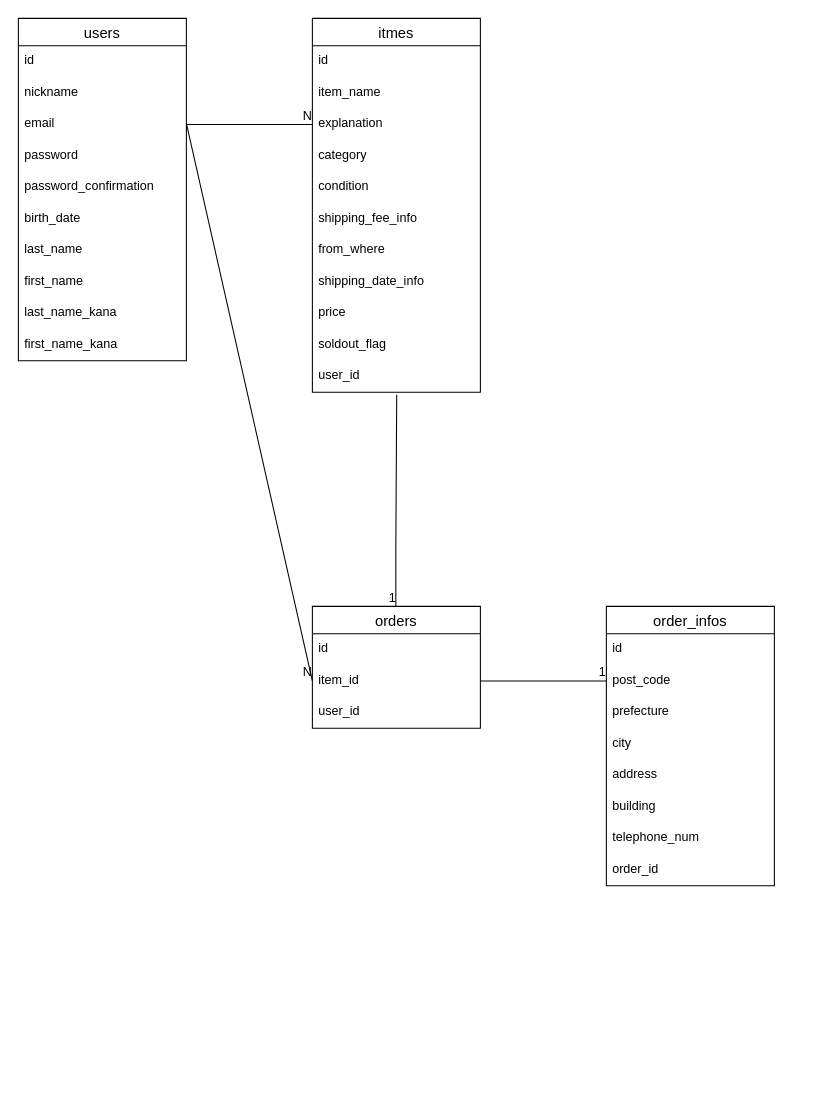
Before: furima.dio in dettyo/furima-40489, a draw.io diagram. Source tidied: cells renumbered, new cells numbered last; positions are measured from the earlier drawing's top-left corner, leaving out a move shared by most shapes. Both pictures are drawn from the tidied source at 105%, with x=0, y=0 at pixel (18, 18).
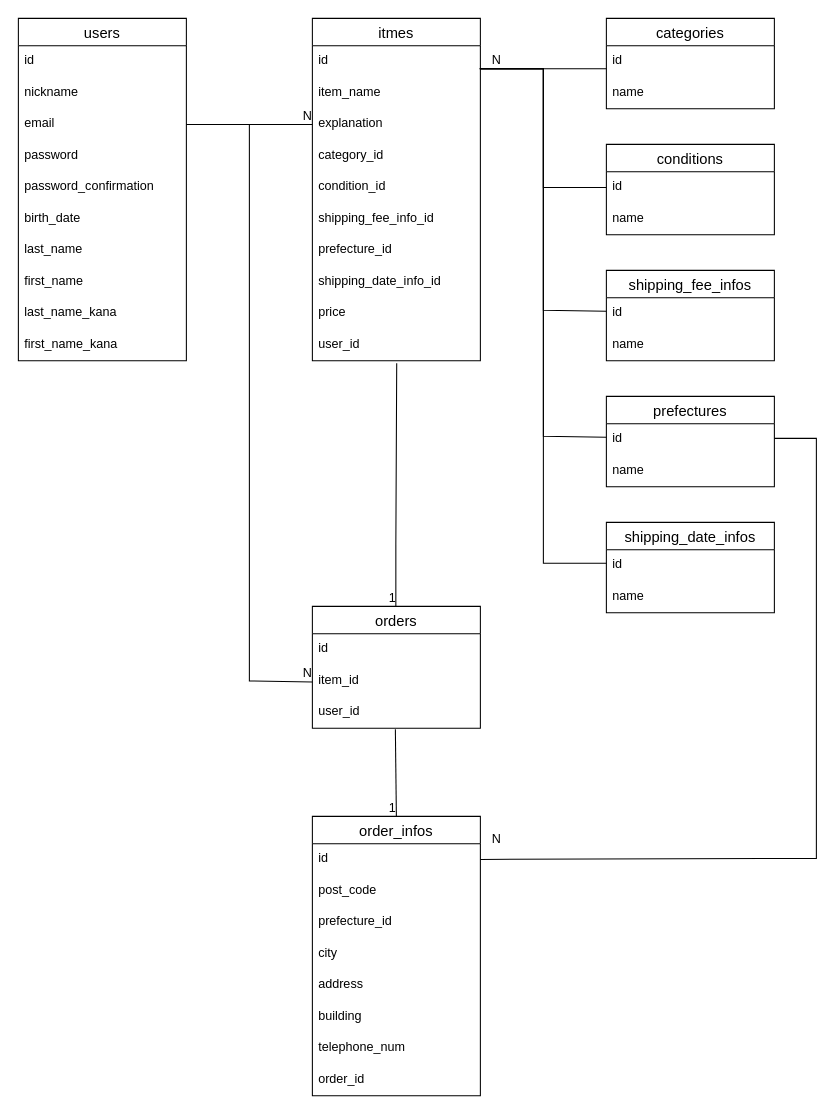
The same page after the edit.

Commit message (it also covers changes not shown here):
レビュー後修正

Unchanged cells that the change refers to:
```xml
<mxCell id="14" value="id" style="text;strokeColor=none;fillColor=none;spacingLeft=4;spacingRight=4;overflow=hidden;points=[[0,0.5],[1,0.5]];portConstraint=eastwest;fontSize=12;" parent="13" vertex="1">
  <mxGeometry y="26" width="160" height="30" as="geometry" />
</mxCell>
<mxCell id="28" value="user_id" style="text;strokeColor=none;fillColor=none;spacingLeft=4;spacingRight=4;overflow=hidden;points=[[0,0.5],[1,0.5]];portConstraint=eastwest;fontSize=12;" parent="25" vertex="1">
  <mxGeometry y="86" width="160" height="30" as="geometry" />
</mxCell>
<mxCell id="30" value="id" style="text;strokeColor=none;fillColor=none;spacingLeft=4;spacingRight=4;overflow=hidden;points=[[0,0.5],[1,0.5]];portConstraint=eastwest;fontSize=12;" parent="29" vertex="1">
  <mxGeometry y="26" width="160" height="30" as="geometry" />
</mxCell>
<mxCell id="31" value="post_code" style="text;strokeColor=none;fillColor=none;spacingLeft=4;spacingRight=4;overflow=hidden;points=[[0,0.5],[1,0.5]];portConstraint=eastwest;fontSize=12;" parent="29" vertex="1">
  <mxGeometry y="56" width="160" height="30" as="geometry" />
</mxCell>
```

Diff of the diagram source:
```diff
@@
     <mxCell id="13" value="itmes" style="swimlane;fontStyle=0;horizontal=1;startSize=26;align=center;fontSize=14;" parent="1" vertex="1">
-      <mxGeometry x="280" width="160" height="356" as="geometry" />
+      <mxGeometry x="280" width="160" height="326" as="geometry" />
     </mxCell>
@@
-    <mxCell id="17" value="category" style="text;strokeColor=none;fillColor=none;spacingLeft=4;spacingRight=4;overflow=hidden;fontSize=12;" parent="13" vertex="1">
+    <mxCell id="17" value="category_id" style="text;strokeColor=none;fillColor=none;spacingLeft=4;spacingRight=4;overflow=hidden;fontSize=12;" parent="13" vertex="1">
       <mxGeometry y="116" width="160" height="30" as="geometry" />
     </mxCell>
-    <mxCell id="18" value="condition" style="text;strokeColor=none;fillColor=none;spacingLeft=4;spacingRight=4;overflow=hidden;fontSize=12;" parent="13" vertex="1">
+    <mxCell id="18" value="condition_id" style="text;strokeColor=none;fillColor=none;spacingLeft=4;spacingRight=4;overflow=hidden;fontSize=12;" parent="13" vertex="1">
       <mxGeometry y="146" width="160" height="30" as="geometry" />
     </mxCell>
-    <mxCell id="19" value="shipping_fee_info" style="text;strokeColor=none;fillColor=none;spacingLeft=4;spacingRight=4;overflow=hidden;fontSize=12;" parent="13" vertex="1">
+    <mxCell id="19" value="shipping_fee_info_id" style="text;strokeColor=none;fillColor=none;spacingLeft=4;spacingRight=4;overflow=hidden;fontSize=12;" parent="13" vertex="1">
       <mxGeometry y="176" width="160" height="30" as="geometry" />
     </mxCell>
-    <mxCell id="20" value="from_where" style="text;strokeColor=none;fillColor=none;spacingLeft=4;spacingRight=4;overflow=hidden;fontSize=12;" parent="13" vertex="1">
+    <mxCell id="20" value="prefecture_id" style="text;strokeColor=none;fillColor=none;spacingLeft=4;spacingRight=4;overflow=hidden;fontSize=12;" parent="13" vertex="1">
       <mxGeometry y="206" width="160" height="30" as="geometry" />
     </mxCell>
-    <mxCell id="21" value="shipping_date_info" style="text;strokeColor=none;fillColor=none;spacingLeft=4;spacingRight=4;overflow=hidden;fontSize=12;" parent="13" vertex="1">
+    <mxCell id="21" value="shipping_date_info_id" style="text;strokeColor=none;fillColor=none;spacingLeft=4;spacingRight=4;overflow=hidden;fontSize=12;" parent="13" vertex="1">
       <mxGeometry y="236" width="160" height="30" as="geometry" />
     </mxCell>
@@
-    <mxCell id="23" value="soldout_flag" style="text;strokeColor=none;fillColor=none;spacingLeft=4;spacingRight=4;overflow=hidden;fontSize=12;" parent="13" vertex="1">
-      <mxGeometry y="296" width="160" height="30" as="geometry" />
-    </mxCell>
     <mxCell id="24" value="user_id" style="text;strokeColor=none;fillColor=none;spacingLeft=4;spacingRight=4;overflow=hidden;points=[[0,0.5],[1,0.5]];portConstraint=eastwest;fontSize=12;" parent="13" vertex="1">
-      <mxGeometry y="326" width="160" height="30" as="geometry" />
+      <mxGeometry y="296" width="160" height="30" as="geometry" />
     </mxCell>
@@
     <mxCell id="29" value="order_infos" style="swimlane;fontStyle=0;horizontal=1;startSize=26;align=center;fontSize=14;" parent="1" vertex="1">
-      <mxGeometry x="560" y="560" width="160" height="266" as="geometry" />
+      <mxGeometry x="280" y="760" width="160" height="266" as="geometry" />
     </mxCell>
@@
-    <mxCell id="32" value="prefecture" style="text;strokeColor=none;fillColor=none;spacingLeft=4;spacingRight=4;overflow=hidden;fontSize=12;" parent="29" vertex="1">
+    <mxCell id="32" value="prefecture_id" style="text;strokeColor=none;fillColor=none;spacingLeft=4;spacingRight=4;overflow=hidden;fontSize=12;" parent="29" vertex="1">
       <mxGeometry y="86" width="160" height="30" as="geometry" />
     </mxCell>
@@
     <mxCell id="38" style="endArrow=none;html=1;rounded=0;entryX=0;entryY=0.5;entryDx=0;entryDy=0;" parent="1" edge="1">
       <mxGeometry relative="1" as="geometry">
-        <mxPoint x="160" y="100" as="sourcePoint" />
-        <mxPoint x="280" y="631" as="targetPoint" />
+        <mxPoint x="160" y="101" as="sourcePoint" />
+        <mxPoint x="280" y="632" as="targetPoint" />
+        <Array as="points">
+          <mxPoint x="220" y="101" />
+          <mxPoint x="220" y="631" />
+        </Array>
       </mxGeometry>
     </mxCell>
@@
-    <mxCell id="44" style="endArrow=none;html=1;rounded=0;exitX=1;exitY=0.5;exitDx=0;exitDy=0;entryX=0;entryY=0.5;entryDx=0;entryDy=0;" parent="1" edge="1" target="31">
-      <mxGeometry relative="1" as="geometry">
-        <mxPoint x="440" y="631" as="sourcePoint" />
-      </mxGeometry>
+    <mxCell id="44" style="endArrow=none;html=1;rounded=0;exitX=0.494;exitY=1.033;exitDx=0;exitDy=0;exitPerimeter=0;entryX=0.5;entryY=0;entryDx=0;entryDy=0;" parent="1" edge="1" source="28" target="29">
+      <mxGeometry relative="1" as="geometry" />
     </mxCell>
@@
+    <mxCell id="46" value="categories" style="swimlane;fontStyle=0;horizontal=1;startSize=26;align=center;fontSize=14;" parent="1" vertex="1">
+      <mxGeometry x="560" width="160" height="86" as="geometry" />
+    </mxCell>
+    <mxCell id="47" value="id" style="text;strokeColor=none;fillColor=none;spacingLeft=4;spacingRight=4;overflow=hidden;fontSize=12;" parent="46" vertex="1">
+      <mxGeometry y="26" width="160" height="30" as="geometry" />
+    </mxCell>
+    <mxCell id="48" value="name" style="text;strokeColor=none;fillColor=none;spacingLeft=4;spacingRight=4;overflow=hidden;fontSize=12;" parent="46" vertex="1">
+      <mxGeometry y="56" width="160" height="30" as="geometry" />
+    </mxCell>
+    <mxCell id="49" value="conditions" style="swimlane;fontStyle=0;horizontal=1;startSize=26;align=center;fontSize=14;" parent="1" vertex="1">
+      <mxGeometry x="560" y="120" width="160" height="86" as="geometry" />
+    </mxCell>
+    <mxCell id="50" value="id" style="text;strokeColor=none;fillColor=none;spacingLeft=4;spacingRight=4;overflow=hidden;points=[[0,0.5],[1,0.5]];portConstraint=eastwest;fontSize=12;" parent="49" vertex="1">
+      <mxGeometry y="26" width="160" height="30" as="geometry" />
+    </mxCell>
+    <mxCell id="51" value="name" style="text;strokeColor=none;fillColor=none;spacingLeft=4;spacingRight=4;overflow=hidden;fontSize=12;" parent="49" vertex="1">
+      <mxGeometry y="56" width="160" height="30" as="geometry" />
+    </mxCell>
+    <mxCell id="52" value="shipping_fee_infos" style="swimlane;fontStyle=0;horizontal=1;startSize=26;align=center;fontSize=14;" parent="1" vertex="1">
+      <mxGeometry x="560" y="240" width="160" height="86" as="geometry" />
+    </mxCell>
+    <mxCell id="53" value="id" style="text;strokeColor=none;fillColor=none;spacingLeft=4;spacingRight=4;overflow=hidden;fontSize=12;" parent="52" vertex="1">
+      <mxGeometry y="26" width="160" height="30" as="geometry" />
+    </mxCell>
+    <mxCell id="54" value="name" style="text;strokeColor=none;fillColor=none;spacingLeft=4;spacingRight=4;overflow=hidden;fontSize=12;" parent="52" vertex="1">
+      <mxGeometry y="56" width="160" height="30" as="geometry" />
+    </mxCell>
+    <mxCell id="55" value="prefectures" style="swimlane;fontStyle=0;horizontal=1;startSize=26;align=center;fontSize=14;" parent="1" vertex="1">
+      <mxGeometry x="560" y="360" width="160" height="86" as="geometry" />
+    </mxCell>
+    <mxCell id="56" value="id" style="text;strokeColor=none;fillColor=none;spacingLeft=4;spacingRight=4;overflow=hidden;fontSize=12;" parent="55" vertex="1">
+      <mxGeometry y="26" width="160" height="30" as="geometry" />
+    </mxCell>
+    <mxCell id="57" value="name" style="text;strokeColor=none;fillColor=none;spacingLeft=4;spacingRight=4;overflow=hidden;fontSize=12;" parent="55" vertex="1">
+      <mxGeometry y="56" width="160" height="30" as="geometry" />
+    </mxCell>
+    <mxCell id="58" value="shipping_date_infos" style="swimlane;fontStyle=0;horizontal=1;startSize=26;align=center;fontSize=14;" parent="1" vertex="1">
+      <mxGeometry x="560" y="480" width="160" height="86" as="geometry" />
+    </mxCell>
+    <mxCell id="59" value="id" style="text;strokeColor=none;fillColor=none;spacingLeft=4;spacingRight=4;overflow=hidden;fontSize=12;" parent="58" vertex="1">
+      <mxGeometry y="26" width="160" height="30" as="geometry" />
+    </mxCell>
+    <mxCell id="60" value="name" style="text;strokeColor=none;fillColor=none;spacingLeft=4;spacingRight=4;overflow=hidden;fontSize=12;" parent="58" vertex="1">
+      <mxGeometry y="56" width="160" height="30" as="geometry" />
+    </mxCell>
+    <mxCell id="61" style="endArrow=none;html=1;rounded=0;entryX=0;entryY=0.5;entryDx=0;entryDy=0;exitX=1;exitY=0.5;exitDx=0;exitDy=0;" parent="1" edge="1">
+      <mxGeometry relative="1" as="geometry">
+        <mxPoint x="440" y="48" as="sourcePoint" />
+        <mxPoint x="560" y="48" as="targetPoint" />
+      </mxGeometry>
+    </mxCell>
+    <mxCell id="62" value="N" style="html=1;align=right;verticalAlign=bottom;" parent="61" vertex="1">
+      <mxGeometry x="1" relative="1" as="geometry">
+        <mxPoint x="-100" as="offset" />
+      </mxGeometry>
+    </mxCell>
+    <mxCell id="63" style="endArrow=none;html=1;rounded=0;entryX=0;entryY=0.5;entryDx=0;entryDy=0;exitX=0.994;exitY=0.733;exitDx=0;exitDy=0;exitPerimeter=0;" parent="1" edge="1" source="14" target="50">
+      <mxGeometry relative="1" as="geometry">
+        <Array as="points">
+          <mxPoint x="500" y="48" />
+          <mxPoint x="500" y="161" />
+        </Array>
+      </mxGeometry>
+    </mxCell>
+    <mxCell id="64" style="endArrow=none;html=1;rounded=0;entryX=0;entryY=0.5;entryDx=0;entryDy=0;exitX=1;exitY=0.8;exitDx=0;exitDy=0;exitPerimeter=0;" parent="1" edge="1">
+      <mxGeometry relative="1" as="geometry">
+        <mxPoint x="440" y="48" as="sourcePoint" />
+        <mxPoint x="560" y="279" as="targetPoint" />
+        <Array as="points">
+          <mxPoint x="500" y="48" />
+          <mxPoint x="500" y="278" />
+        </Array>
+      </mxGeometry>
+    </mxCell>
+    <mxCell id="65" style="endArrow=none;html=1;rounded=0;entryX=0;entryY=0.5;entryDx=0;entryDy=0;" parent="1" edge="1">
+      <mxGeometry relative="1" as="geometry">
+        <mxPoint x="440" y="48" as="sourcePoint" />
+        <mxPoint x="560" y="399" as="targetPoint" />
+        <Array as="points">
+          <mxPoint x="500" y="48" />
+          <mxPoint x="500" y="398" />
+        </Array>
+      </mxGeometry>
+    </mxCell>
+    <mxCell id="66" style="endArrow=none;html=1;rounded=0;entryX=0;entryY=0.5;entryDx=0;entryDy=0;" parent="1" edge="1">
+      <mxGeometry relative="1" as="geometry">
+        <mxPoint x="440" y="48" as="sourcePoint" />
+        <mxPoint x="560" y="519" as="targetPoint" />
+        <Array as="points">
+          <mxPoint x="500" y="48" />
+          <mxPoint x="500" y="519" />
+        </Array>
+      </mxGeometry>
+    </mxCell>
+    <mxCell id="67" style="endArrow=none;html=1;rounded=0;entryX=1;entryY=0.5;entryDx=0;entryDy=0;" parent="1" edge="1" target="30">
+      <mxGeometry relative="1" as="geometry">
+        <mxPoint x="720" y="400" as="sourcePoint" />
+        <Array as="points">
+          <mxPoint x="760" y="400" />
+          <mxPoint x="760" y="800" />
+        </Array>
+      </mxGeometry>
+    </mxCell>
+    <mxCell id="68" value="N" style="html=1;align=right;verticalAlign=bottom;" parent="67" vertex="1">
+      <mxGeometry x="1" relative="1" as="geometry">
+        <mxPoint x="20" y="-11" as="offset" />
+      </mxGeometry>
+    </mxCell>
```
